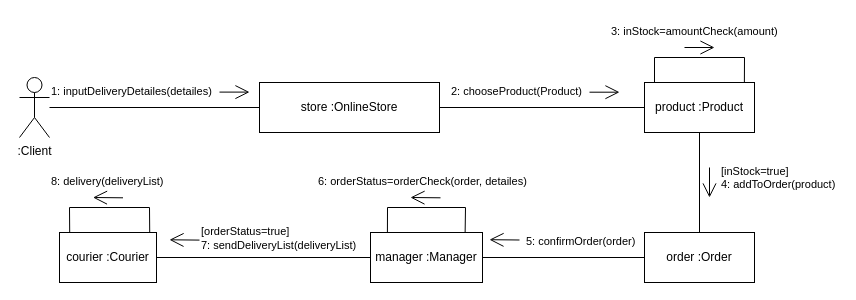
Before: Lab1/Диаграмма коммуникаций.drawio in TallMan653/UML-farm-produce-sales-app, a draw.io diagram. Source tidied: cells renumbered, new cells numbered last; positions are measured from the earlier drawing's top-left corner, leaving out a move shared by most shapes. Both pictures are drawn from the tidied source at 100%, with x=0, y=0 at pixel (19, 17).
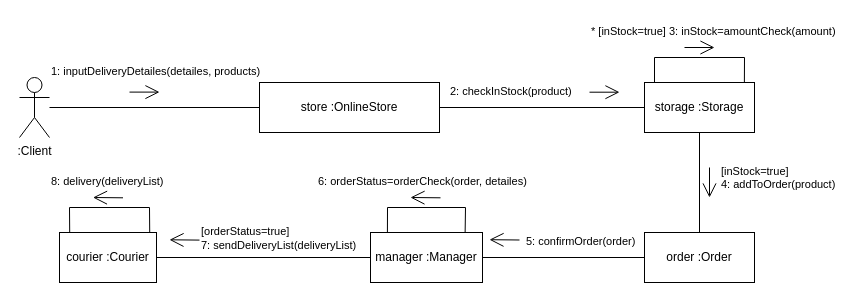
The same diagram, later.

Diff of the diagram source:
```diff
@@
-    <mxCell id="6" value="product :Product" style="html=1;whiteSpace=wrap;" parent="1" vertex="1">
+    <mxCell id="6" value="storage :Storage" style="html=1;whiteSpace=wrap;" parent="1" vertex="1">
       <mxGeometry x="625" y="65" width="110" height="50" as="geometry" />
     </mxCell>
@@
-    <mxCell id="8" value="&lt;span style=&quot;color: rgb(0, 0, 0); font-family: Helvetica; font-size: 11px; font-style: normal; font-variant-ligatures: normal; font-variant-caps: normal; font-weight: 400; letter-spacing: normal; orphans: 2; text-align: center; text-indent: 0px; text-transform: none; widows: 2; word-spacing: 0px; -webkit-text-stroke-width: 0px; white-space: nowrap; background-color: rgb(255, 255, 255); text-decoration-thickness: initial; text-decoration-style: initial; text-decoration-color: initial; display: inline !important; float: none;&quot;&gt;1: inputDeliveryDetailes(detailes)&lt;/span&gt;" style="text;whiteSpace=wrap;html=1;" parent="1" vertex="1">
-      <mxGeometry x="30" y="60" width="180" height="30" as="geometry" />
+    <mxCell id="8" value="&lt;span style=&quot;color: rgb(0, 0, 0); font-family: Helvetica; font-size: 11px; font-style: normal; font-variant-ligatures: normal; font-variant-caps: normal; font-weight: 400; letter-spacing: normal; orphans: 2; text-align: center; text-indent: 0px; text-transform: none; widows: 2; word-spacing: 0px; -webkit-text-stroke-width: 0px; white-space: nowrap; background-color: rgb(255, 255, 255); text-decoration-thickness: initial; text-decoration-style: initial; text-decoration-color: initial; display: inline !important; float: none;&quot;&gt;1: inputDeliveryDetailes(detailes, products)&lt;/span&gt;" style="text;whiteSpace=wrap;html=1;" parent="1" vertex="1">
+      <mxGeometry x="30" y="40" width="180" height="30" as="geometry" />
     </mxCell>
@@
     <mxCell id="10" style="endArrow=open;endFill=1;endSize=12;html=1;rounded=0;" parent="1" edge="1">
       <mxGeometry relative="1" as="geometry">
-        <mxPoint x="200" y="74.6" as="sourcePoint" />
-        <mxPoint x="230" y="74.6" as="targetPoint" />
+        <mxPoint x="110" y="74.6" as="sourcePoint" />
+        <mxPoint x="140" y="74.6" as="targetPoint" />
       </mxGeometry>
     </mxCell>
-    <mxCell id="11" value="&lt;span style=&quot;color: rgb(0, 0, 0); font-family: Helvetica; font-size: 11px; font-style: normal; font-variant-ligatures: normal; font-variant-caps: normal; font-weight: 400; letter-spacing: normal; orphans: 2; text-align: center; text-indent: 0px; text-transform: none; widows: 2; word-spacing: 0px; -webkit-text-stroke-width: 0px; white-space: nowrap; background-color: rgb(255, 255, 255); text-decoration-thickness: initial; text-decoration-style: initial; text-decoration-color: initial; display: inline !important; float: none;&quot;&gt;2: chooseProduct(Product)&lt;/span&gt;" style="text;whiteSpace=wrap;html=1;" parent="1" vertex="1">
-      <mxGeometry x="430" y="60" width="160" height="30" as="geometry" />
+    <mxCell id="11" value="&lt;span style=&quot;color: rgb(0, 0, 0); font-family: Helvetica; font-size: 11px; font-style: normal; font-variant-ligatures: normal; font-variant-caps: normal; font-weight: 400; letter-spacing: normal; orphans: 2; text-align: center; text-indent: 0px; text-transform: none; widows: 2; word-spacing: 0px; -webkit-text-stroke-width: 0px; white-space: nowrap; background-color: rgb(255, 255, 255); text-decoration-thickness: initial; text-decoration-style: initial; text-decoration-color: initial; display: inline !important; float: none;&quot;&gt;2: checkInStock(product)&lt;/span&gt;" style="text;whiteSpace=wrap;html=1;" parent="1" vertex="1">
+      <mxGeometry x="429" y="60" width="160" height="30" as="geometry" />
     </mxCell>
@@
-    <mxCell id="14" value="&lt;span style=&quot;color: rgb(0, 0, 0); font-family: Helvetica; font-size: 11px; font-style: normal; font-variant-ligatures: normal; font-variant-caps: normal; font-weight: 400; letter-spacing: normal; orphans: 2; text-align: center; text-indent: 0px; text-transform: none; widows: 2; word-spacing: 0px; -webkit-text-stroke-width: 0px; white-space: nowrap; background-color: rgb(255, 255, 255); text-decoration-thickness: initial; text-decoration-style: initial; text-decoration-color: initial; display: inline !important; float: none;&quot;&gt;3: inStock=amountCheck(amount)&lt;/span&gt;" style="text;whiteSpace=wrap;html=1;" parent="1" vertex="1">
-      <mxGeometry x="590" width="180" height="30" as="geometry" />
+    <mxCell id="14" value="&lt;span style=&quot;color: rgb(0, 0, 0); font-family: Helvetica; font-size: 11px; font-style: normal; font-variant-ligatures: normal; font-variant-caps: normal; font-weight: 400; letter-spacing: normal; orphans: 2; text-align: center; text-indent: 0px; text-transform: none; widows: 2; word-spacing: 0px; -webkit-text-stroke-width: 0px; white-space: nowrap; background-color: rgb(255, 255, 255); text-decoration-thickness: initial; text-decoration-style: initial; text-decoration-color: initial; display: inline !important; float: none;&quot;&gt;* [inStock=true] 3: inStock=amountCheck(amount)&lt;/span&gt;" style="text;whiteSpace=wrap;html=1;" parent="1" vertex="1">
+      <mxGeometry x="570" width="180" height="30" as="geometry" />
     </mxCell>
```
